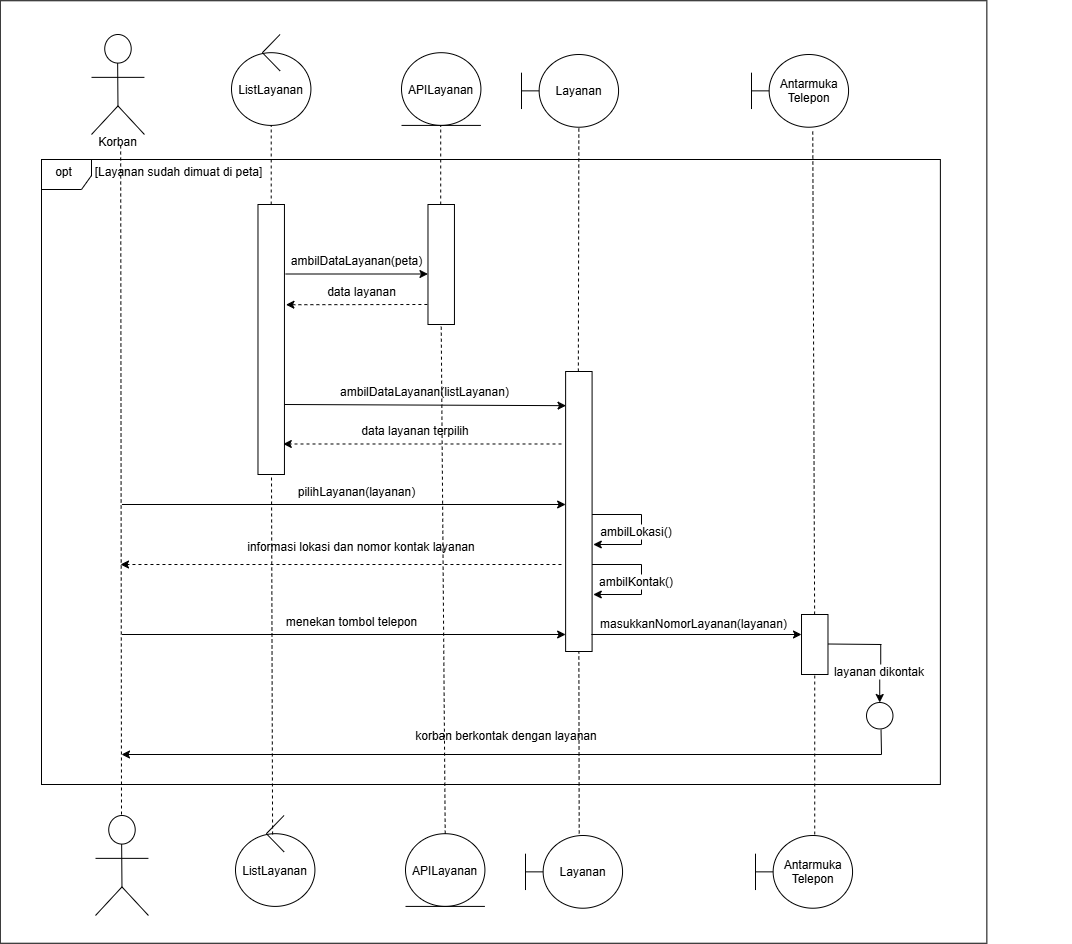
Earlier version of the draw.io export docs/M7/assets/diagram/sequence-diagram-3.4-normal.png (chrishengun123/IF2150-RPL-K02-G10). Source tidied: cells renumbered, new cells last; positions are measured from the earlier drawing's top-left corner, leaving out a move shared by most shapes.
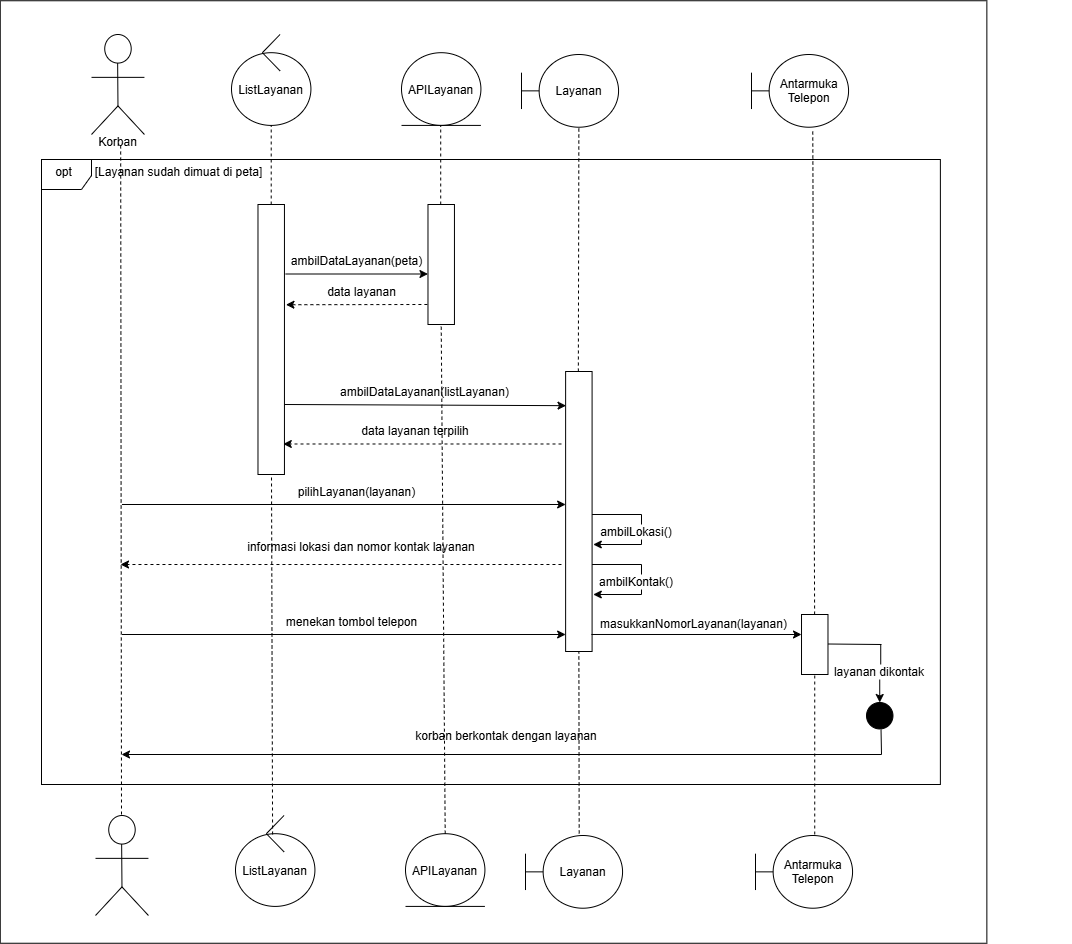
The same file after the commit.

Commit message:
docs: remove template images and changed sequence diagram 3.4 normal

Diff of the diagram source:
```diff
@@ -243,7 +243,7 @@
         <mxPoint x="121" y="754" as="targetPoint" />
       </mxGeometry>
     </mxCell>
-    <mxCell id="56" style="ellipse;whiteSpace=wrap;html=1;shapeInside=1;align=center;verticalAlign=top;fontFamily=Helvetica;fontSize=12;fontColor=default;fillColor=default;gradientColor=none;" parent="1" vertex="1">
+    <mxCell id="56" style="ellipse;whiteSpace=wrap;html=1;shapeInside=1;align=center;verticalAlign=top;fontFamily=Helvetica;fontSize=12;fillColor=light-dark(#000000,#FFFFFF);" parent="1" vertex="1">
       <mxGeometry x="866" y="702" width="26.5" height="26.5" as="geometry" />
     </mxCell>
     <mxCell id="57" style="endArrow=none;html=1;rounded=0;defaultLabelBackgroundColor=gap;exitX=0.5;exitY=0;exitDx=0;exitDy=0;" parent="1" edge="1">
```
